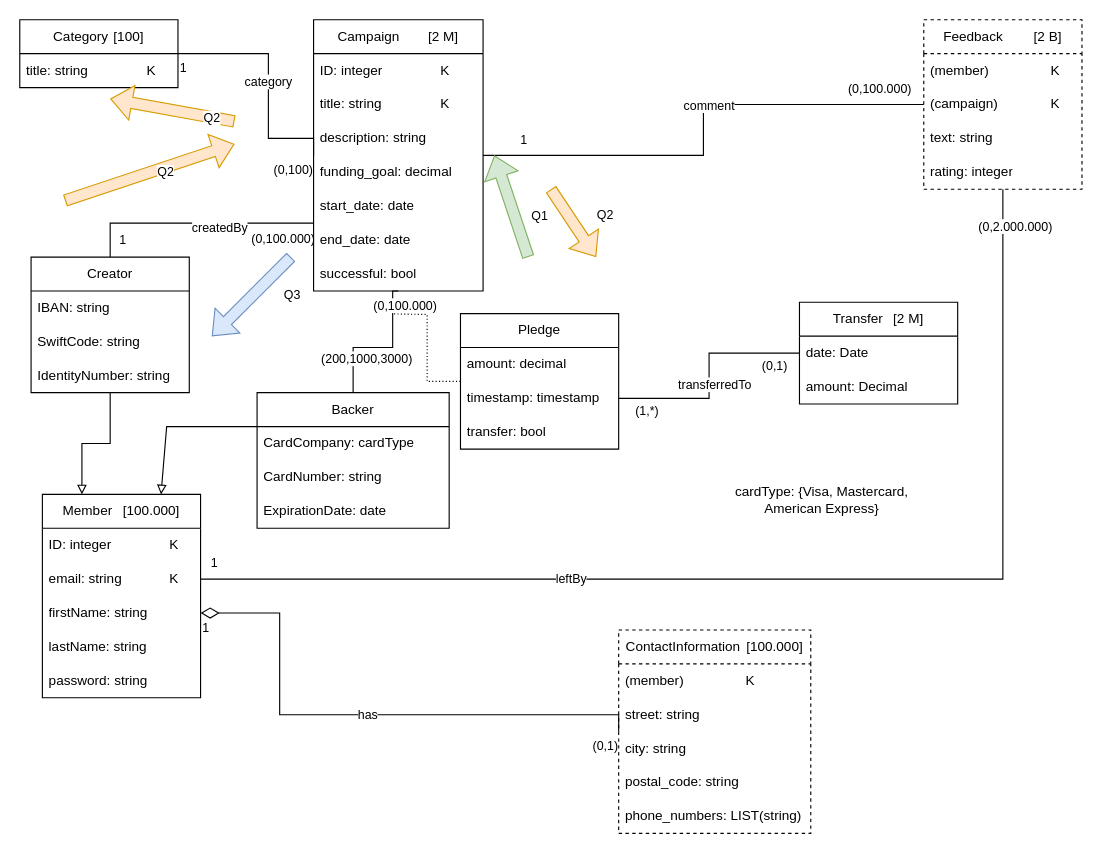
Above: assignment-1/uml_modified.drawio in echo85/new-generation-data-models-dbmss-course (draw.io), before the change. Source tidied: cells renumbered, new cells numbered last; positions are measured from the earlier drawing's top-left corner, leaving out a move shared by most shapes. Both pictures are drawn from the tidied source at 113%, with x=0, y=0 at pixel (19, 19).
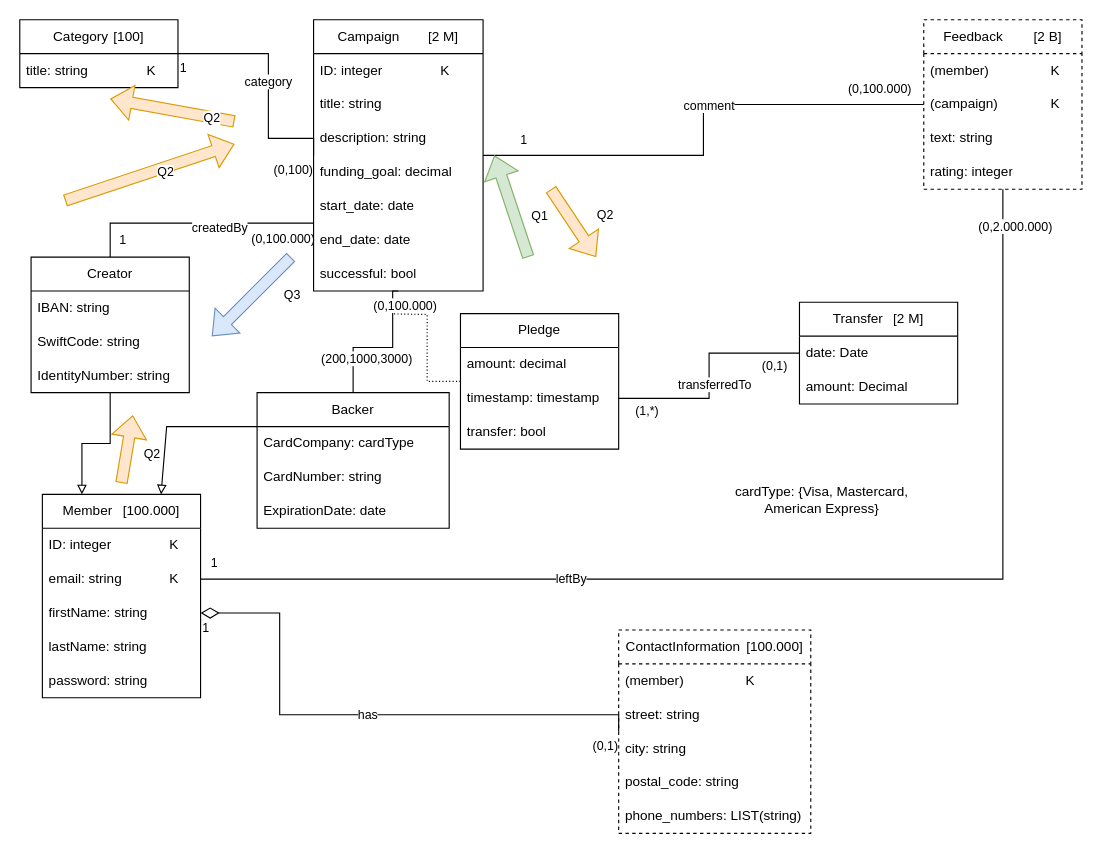
Above is the later version.

The change refers to these unchanged cells:
```xml
<mxCell id="25" value="Campaign&lt;span style=&quot;white-space: pre;&quot;&gt;&#9;&lt;/span&gt;[2 M]" style="swimlane;fontStyle=0;horizontal=1;startSize=30;whiteSpace=wrap;html=1;" parent="1" vertex="1">
  <mxGeometry x="260" width="150" height="240" as="geometry" />
</mxCell>
```

What changed in the source:
```diff
@@
-    <mxCell id="27" value="title: string&lt;span style=&quot;white-space: pre;&quot;&gt;&#9;&lt;/span&gt;&lt;span style=&quot;white-space: pre;&quot;&gt;&#9;&lt;/span&gt;K" style="text;strokeColor=none;fillColor=none;align=left;verticalAlign=middle;spacingLeft=4;spacingRight=4;overflow=hidden;whiteSpace=wrap;html=1;" parent="25" vertex="1">
+    <mxCell id="27" value="title: string&lt;span style=&quot;white-space: pre;&quot;&gt;&#9;&lt;/span&gt;&lt;span style=&quot;white-space: pre;&quot;&gt;&#9;&lt;/span&gt;" style="text;strokeColor=none;fillColor=none;align=left;verticalAlign=middle;spacingLeft=4;spacingRight=4;overflow=hidden;whiteSpace=wrap;html=1;" parent="25" vertex="1">
       <mxGeometry y="60" width="150" height="30" as="geometry" />
     </mxCell>
@@
+    <mxCell id="83" style="shape=flexArrow;endArrow=classic;html=1;rounded=0;fillColor=#ffe6cc;strokeColor=#d79b00;shadow=0;" parent="1" edge="1">
+      <mxGeometry relative="1" as="geometry">
+        <mxPoint x="90" y="410" as="sourcePoint" />
+        <mxPoint x="100" y="350" as="targetPoint" />
+      </mxGeometry>
+    </mxCell>
+    <mxCell id="84" value="Q2" style="edgeLabel;html=1;align=center;verticalAlign=middle;" parent="83" vertex="1">
+      <mxGeometry x="-0.16" y="5" relative="1" as="geometry">
+        <mxPoint x="27" as="offset" />
+      </mxGeometry>
+    </mxCell>
```
